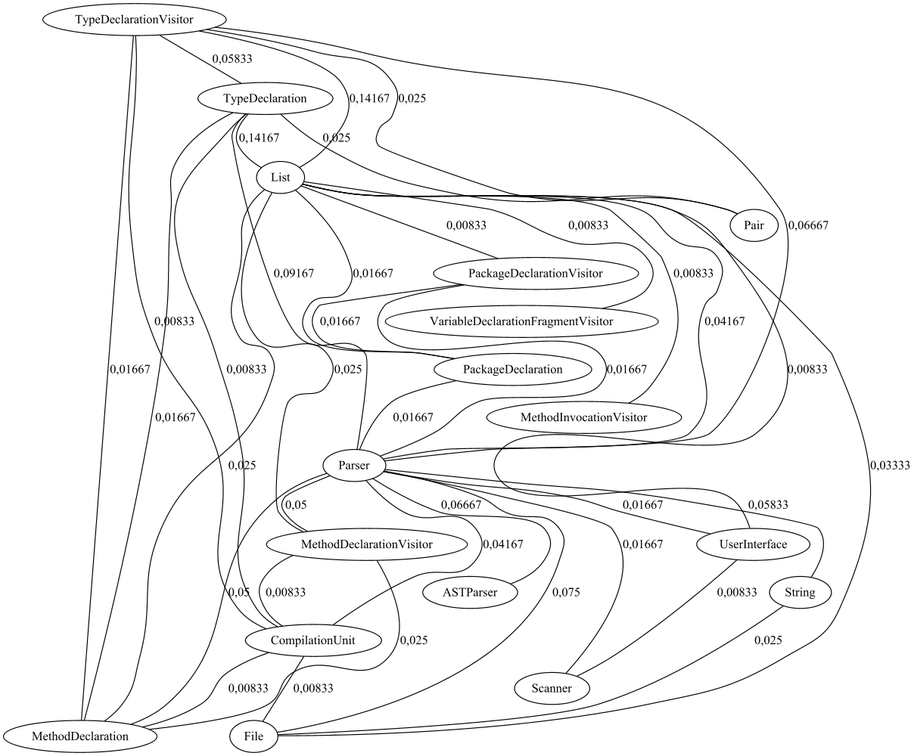
gaetanrm/M2 keeps this Graphviz diagram as HAI913I - Évolution et restructuration des logiciels/TD_TP/tp2/target/couplingGraph.png. Above is the earlier version. Its source is kept beside it as HAI913I - Évolution et restructuration des logiciels/TD_TP/tp2/target/couplingGraph.dot.
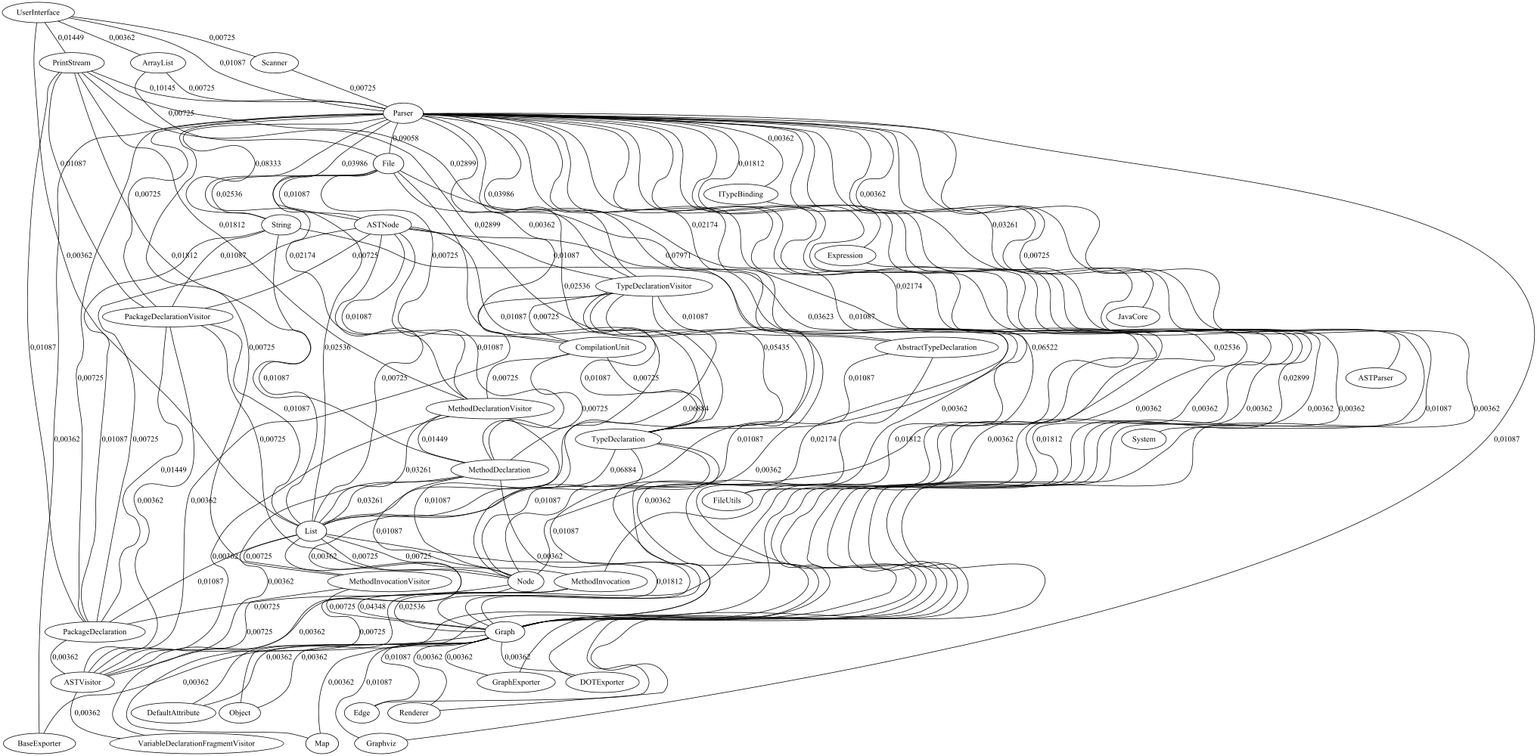
The same file after the commit.

Diff of the diagram source:
```diff
@@ -1,56 +1,158 @@
 strict graph G {
-  1 [ label="TypeDeclarationVisitor" ];
-  2 [ label="TypeDeclaration" ];
-  3 [ label="List" ];
-  4 [ label="Parser" ];
-  5 [ label="CompilationUnit" ];
-  6 [ label="Pair" ];
-  7 [ label="MethodDeclaration" ];
-  8 [ label="PackageDeclarationVisitor" ];
-  9 [ label="PackageDeclaration" ];
-  10 [ label="MethodDeclarationVisitor" ];
-  11 [ label="UserInterface" ];
-  12 [ label="VariableDeclarationFragmentVisitor" ];
+  1 [ label="UserInterface" ];
+  2 [ label="PrintStream" ];
+  3 [ label="Scanner" ];
+  4 [ label="ArrayList" ];
+  5 [ label="Parser" ];
+  6 [ label="List" ];
+  7 [ label="TypeDeclarationVisitor" ];
+  8 [ label="MethodDeclarationVisitor" ];
+  9 [ label="PackageDeclarationVisitor" ];
+  10 [ label="TypeDeclaration" ];
+  11 [ label="MethodDeclaration" ];
+  12 [ label="PackageDeclaration" ];
   13 [ label="File" ];
-  14 [ label="MethodInvocationVisitor" ];
-  15 [ label="ASTParser" ];
-  16 [ label="Scanner" ];
-  17 [ label="String" ];
-  1 -- 2 [ weight="0.058333333333333334" label="0,05833" ];
-  1 -- 3 [ weight="0.14166666666666666" label="0,14167" ];
-  1 -- 4 [ weight="0.06666666666666667" label="0,06667" ];
-  1 -- 5 [ weight="0.008333333333333333" label="0,00833" ];
-  1 -- 6 [ weight="0.025" label="0,025" ];
-  1 -- 7 [ weight="0.016666666666666666" label="0,01667" ];
-  2 -- 3 [ weight="0.14166666666666666" label="0,14167" ];
-  2 -- 4 [ weight="0.09166666666666666" label="0,09167" ];
-  2 -- 5 [ weight="0.008333333333333333" label="0,00833" ];
-  2 -- 6 [ weight="0.025" label="0,025" ];
-  2 -- 7 [ weight="0.016666666666666666" label="0,01667" ];
-  3 -- 8 [ weight="0.008333333333333333" label="0,00833" ];
-  3 -- 9 [ weight="0.016666666666666666" label="0,01667" ];
-  3 -- 4 [ weight="0.041666666666666664" label="0,04167" ];
-  3 -- 10 [ weight="0.025" label="0,025" ];
-  3 -- 11 [ weight="0.008333333333333333" label="0,00833" ];
-  3 -- 7 [ weight="0.025" label="0,025" ];
-  3 -- 12 [ weight="0.008333333333333333" label="0,00833" ];
-  3 -- 13 [ weight="0.03333333333333333" label="0,03333" ];
-  3 -- 14 [ weight="0.008333333333333333" label="0,00833" ];
-  8 -- 9 [ weight="0.016666666666666666" label="0,01667" ];
-  8 -- 4 [ weight="0.016666666666666666" label="0,01667" ];
-  9 -- 4 [ weight="0.016666666666666666" label="0,01667" ];
-  4 -- 15 [ weight="0.06666666666666667" label="0,06667" ];
-  4 -- 10 [ weight="0.05" label="0,05" ];
-  4 -- 5 [ weight="0.041666666666666664" label="0,04167" ];
-  4 -- 11 [ weight="0.016666666666666666" label="0,01667" ];
-  4 -- 16 [ weight="0.016666666666666666" label="0,01667" ];
-  4 -- 7 [ weight="0.05" label="0,05" ];
-  4 -- 17 [ weight="0.058333333333333334" label="0,05833" ];
-  4 -- 13 [ weight="0.075" label="0,075" ];
-  10 -- 5 [ weight="0.008333333333333333" label="0,00833" ];
-  10 -- 7 [ weight="0.025" label="0,025" ];
-  5 -- 7 [ weight="0.008333333333333333" label="0,00833" ];
-  5 -- 13 [ weight="0.008333333333333333" label="0,00833" ];
-  11 -- 16 [ weight="0.008333333333333333" label="0,00833" ];
-  17 -- 13 [ weight="0.025" label="0,025" ];
+  14 [ label="String" ];
+  15 [ label="System" ];
+  16 [ label="ASTNode" ];
+  17 [ label="FileUtils" ];
+  18 [ label="CompilationUnit" ];
+  19 [ label="AbstractTypeDeclaration" ];
+  20 [ label="MethodInvocationVisitor" ];
+  21 [ label="MethodInvocation" ];
+  22 [ label="Expression" ];
+  23 [ label="ITypeBinding" ];
+  24 [ label="Node" ];
+  25 [ label="Graph" ];
+  26 [ label="Edge" ];
+  27 [ label="BaseExporter" ];
+  28 [ label="Map" ];
+  29 [ label="DefaultAttribute" ];
+  30 [ label="DOTExporter" ];
+  31 [ label="GraphExporter" ];
+  32 [ label="Object" ];
+  33 [ label="Renderer" ];
+  34 [ label="Graphviz" ];
+  35 [ label="ASTParser" ];
+  36 [ label="JavaCore" ];
+  37 [ label="ASTVisitor" ];
+  38 [ label="VariableDeclarationFragmentVisitor" ];
+  1 -- 2 [ weight="0.014492753623188406" label="0,01449" ];
+  1 -- 3 [ weight="0.007246376811594203" label="0,00725" ];
+  1 -- 4 [ weight="0.0036231884057971015" label="0,00362" ];
+  1 -- 5 [ weight="0.010869565217391304" label="0,01087" ];
+  1 -- 6 [ weight="0.0036231884057971015" label="0,00362" ];
+  2 -- 5 [ weight="0.10144927536231885" label="0,10145" ];
+  2 -- 7 [ weight="0.028985507246376812" label="0,02899" ];
+  2 -- 8 [ weight="0.018115942028985508" label="0,01812" ];
+  2 -- 9 [ weight="0.010869565217391304" label="0,01087" ];
+  2 -- 10 [ weight="0.028985507246376812" label="0,02899" ];
+  2 -- 11 [ weight="0.018115942028985508" label="0,01812" ];
+  2 -- 12 [ weight="0.010869565217391304" label="0,01087" ];
+  3 -- 5 [ weight="0.007246376811594203" label="0,00725" ];
+  4 -- 5 [ weight="0.007246376811594203" label="0,00725" ];
+  4 -- 13 [ weight="0.007246376811594203" label="0,00725" ];
+  5 -- 13 [ weight="0.09057971014492754" label="0,09058" ];
+  5 -- 14 [ weight="0.08333333333333333" label="0,08333" ];
+  5 -- 15 [ weight="0.007246376811594203" label="0,00725" ];
+  5 -- 16 [ weight="0.03985507246376811" label="0,03986" ];
+  5 -- 17 [ weight="0.021739130434782608" label="0,02174" ];
+  5 -- 7 [ weight="0.03985507246376811" label="0,03986" ];
+  5 -- 18 [ weight="0.0036231884057971015" label="0,00362" ];
+  5 -- 8 [ weight="0.021739130434782608" label="0,02174" ];
+  5 -- 9 [ weight="0.007246376811594203" label="0,00725" ];
+  5 -- 19 [ weight="0.021739130434782608" label="0,02174" ];
+  5 -- 10 [ weight="0.07971014492753623" label="0,07971" ];
+  5 -- 11 [ weight="0.025362318840579712" label="0,02536" ];
+  5 -- 6 [ weight="0.036231884057971016" label="0,03623" ];
+  5 -- 20 [ weight="0.007246376811594203" label="0,00725" ];
+  5 -- 21 [ weight="0.025362318840579712" label="0,02536" ];
+  5 -- 22 [ weight="0.018115942028985508" label="0,01812" ];
+  5 -- 23 [ weight="0.0036231884057971015" label="0,00362" ];
+  5 -- 24 [ weight="0.06521739130434782" label="0,06522" ];
+  5 -- 25 [ weight="0.028985507246376812" label="0,02899" ];
+  5 -- 26 [ weight="0.010869565217391304" label="0,01087" ];
+  5 -- 27 [ weight="0.0036231884057971015" label="0,00362" ];
+  5 -- 28 [ weight="0.0036231884057971015" label="0,00362" ];
+  5 -- 29 [ weight="0.0036231884057971015" label="0,00362" ];
+  5 -- 30 [ weight="0.0036231884057971015" label="0,00362" ];
+  5 -- 31 [ weight="0.0036231884057971015" label="0,00362" ];
+  5 -- 32 [ weight="0.0036231884057971015" label="0,00362" ];
+  5 -- 33 [ weight="0.0036231884057971015" label="0,00362" ];
+  5 -- 34 [ weight="0.010869565217391304" label="0,01087" ];
+  5 -- 35 [ weight="0.03260869565217391" label="0,03261" ];
+  5 -- 36 [ weight="0.0036231884057971015" label="0,00362" ];
+  5 -- 12 [ weight="0.007246376811594203" label="0,00725" ];
+  13 -- 14 [ weight="0.025362318840579712" label="0,02536" ];
+  13 -- 16 [ weight="0.010869565217391304" label="0,01087" ];
+  13 -- 17 [ weight="0.010869565217391304" label="0,01087" ];
+  13 -- 18 [ weight="0.007246376811594203" label="0,00725" ];
+  13 -- 6 [ weight="0.025362318840579712" label="0,02536" ];
+  13 -- 24 [ weight="0.010869565217391304" label="0,01087" ];
+  13 -- 25 [ weight="0.0036231884057971015" label="0,00362" ];
+  14 -- 9 [ weight="0.010869565217391304" label="0,01087" ];
+  14 -- 6 [ weight="0.010869565217391304" label="0,01087" ];
+  14 -- 25 [ weight="0.021739130434782608" label="0,02174" ];
+  14 -- 12 [ weight="0.010869565217391304" label="0,01087" ];
+  16 -- 7 [ weight="0.010869565217391304" label="0,01087" ];
+  16 -- 8 [ weight="0.010869565217391304" label="0,01087" ];
+  16 -- 9 [ weight="0.007246376811594203" label="0,00725" ];
+  16 -- 10 [ weight="0.010869565217391304" label="0,01087" ];
+  16 -- 11 [ weight="0.010869565217391304" label="0,01087" ];
+  16 -- 6 [ weight="0.007246376811594203" label="0,00725" ];
+  16 -- 25 [ weight="0.018115942028985508" label="0,01812" ];
+  16 -- 12 [ weight="0.007246376811594203" label="0,00725" ];
+  7 -- 18 [ weight="0.007246376811594203" label="0,00725" ];
+  7 -- 19 [ weight="0.010869565217391304" label="0,01087" ];
+  7 -- 10 [ weight="0.05434782608695652" label="0,05435" ];
+  7 -- 6 [ weight="0.06884057971014493" label="0,06884" ];
+  7 -- 24 [ weight="0.010869565217391304" label="0,01087" ];
+  7 -- 25 [ weight="0.0036231884057971015" label="0,00362" ];
+  7 -- 37 [ weight="0.0036231884057971015" label="0,00362" ];
+  18 -- 8 [ weight="0.007246376811594203" label="0,00725" ];
+  18 -- 10 [ weight="0.007246376811594203" label="0,00725" ];
+  18 -- 11 [ weight="0.007246376811594203" label="0,00725" ];
+  8 -- 11 [ weight="0.014492753623188406" label="0,01449" ];
+  8 -- 6 [ weight="0.03260869565217391" label="0,03261" ];
+  8 -- 24 [ weight="0.010869565217391304" label="0,01087" ];
+  8 -- 37 [ weight="0.0036231884057971015" label="0,00362" ];
+  9 -- 6 [ weight="0.010869565217391304" label="0,01087" ];
+  9 -- 24 [ weight="0.007246376811594203" label="0,00725" ];
+  9 -- 12 [ weight="0.014492753623188406" label="0,01449" ];
+  9 -- 37 [ weight="0.0036231884057971015" label="0,00362" ];
+  19 -- 10 [ weight="0.010869565217391304" label="0,01087" ];
+  19 -- 25 [ weight="0.0036231884057971015" label="0,00362" ];
+  10 -- 6 [ weight="0.06884057971014493" label="0,06884" ];
+  10 -- 24 [ weight="0.010869565217391304" label="0,01087" ];
+  10 -- 25 [ weight="0.010869565217391304" label="0,01087" ];
+  10 -- 37 [ weight="0.0036231884057971015" label="0,00362" ];
+  11 -- 6 [ weight="0.03260869565217391" label="0,03261" ];
+  11 -- 24 [ weight="0.010869565217391304" label="0,01087" ];
+  11 -- 25 [ weight="0.0036231884057971015" label="0,00362" ];
+  11 -- 37 [ weight="0.0036231884057971015" label="0,00362" ];
+  6 -- 20 [ weight="0.007246376811594203" label="0,00725" ];
+  6 -- 21 [ weight="0.007246376811594203" label="0,00725" ];
+  6 -- 24 [ weight="0.007246376811594203" label="0,00725" ];
+  6 -- 25 [ weight="0.018115942028985508" label="0,01812" ];
+  6 -- 12 [ weight="0.010869565217391304" label="0,01087" ];
+  6 -- 38 [ weight="0.0036231884057971015" label="0,00362" ];
+  20 -- 25 [ weight="0.007246376811594203" label="0,00725" ];
+  20 -- 37 [ weight="0.007246376811594203" label="0,00725" ];
+  21 -- 25 [ weight="0.025362318840579712" label="0,02536" ];
+  21 -- 37 [ weight="0.007246376811594203" label="0,00725" ];
+  22 -- 25 [ weight="0.018115942028985508" label="0,01812" ];
+  23 -- 25 [ weight="0.0036231884057971015" label="0,00362" ];
+  24 -- 25 [ weight="0.043478260869565216" label="0,04348" ];
+  24 -- 12 [ weight="0.007246376811594203" label="0,00725" ];
+  25 -- 26 [ weight="0.010869565217391304" label="0,01087" ];
+  25 -- 27 [ weight="0.0036231884057971015" label="0,00362" ];
+  25 -- 28 [ weight="0.0036231884057971015" label="0,00362" ];
+  25 -- 29 [ weight="0.0036231884057971015" label="0,00362" ];
+  25 -- 30 [ weight="0.0036231884057971015" label="0,00362" ];
+  25 -- 31 [ weight="0.0036231884057971015" label="0,00362" ];
+  25 -- 32 [ weight="0.0036231884057971015" label="0,00362" ];
+  25 -- 33 [ weight="0.0036231884057971015" label="0,00362" ];
+  25 -- 34 [ weight="0.010869565217391304" label="0,01087" ];
+  12 -- 37 [ weight="0.0036231884057971015" label="0,00362" ];
+  37 -- 38 [ weight="0.0036231884057971015" label="0,00362" ];
 }
```
